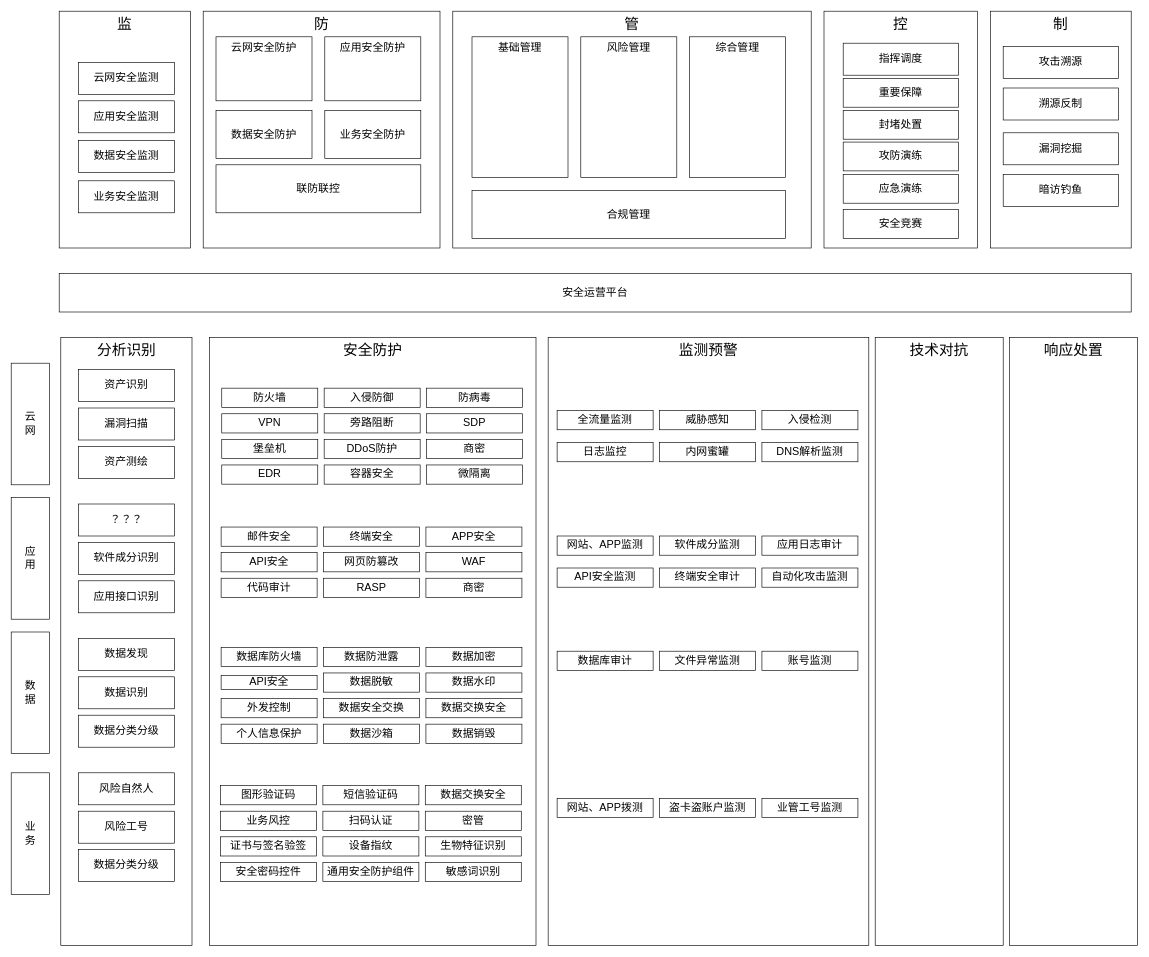
This is 2024安全技术能力全景图.drawio from razor/1102_decoration, a draw.io file, before an edit. Source tidied: cells renumbered, new cells numbered last; positions are measured from the earlier drawing's top-left corner, leaving out a move shared by most shapes. Both pictures are drawn from the tidied source at 64%, with x=0, y=0 at pixel (11, 11).
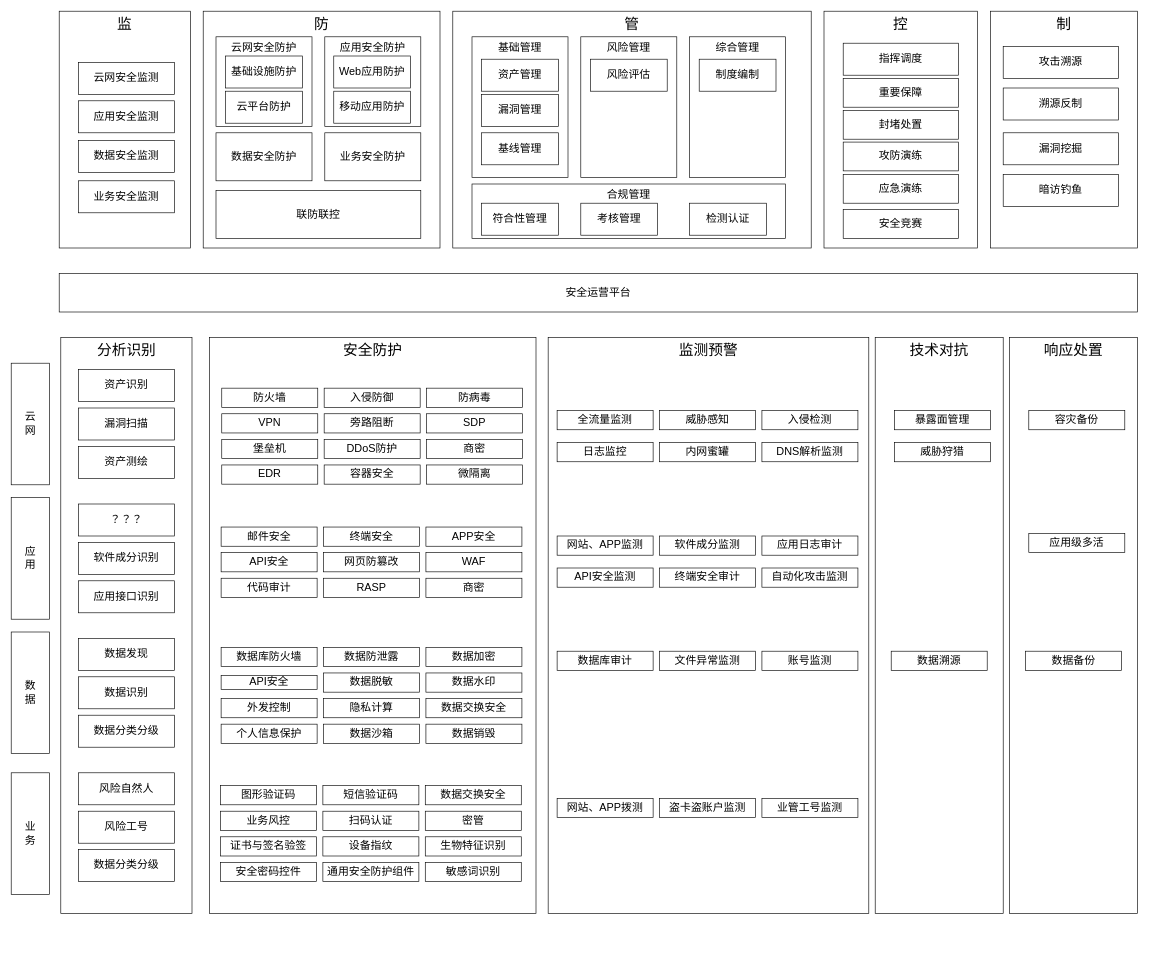
After the change.

Commit message (it also covers changes not shown here):
更新2024安全技术能力全景图.drawio

The edit, as a diff of the source:
```diff
@@
     <mxCell id="8" value="云网安全防护" style="rounded=0;whiteSpace=wrap;html=1;verticalAlign=top;fontSize=17;" parent="1" vertex="1">
-      <mxGeometry x="320" y="40" width="150" height="100" as="geometry" />
+      <mxGeometry x="320" y="40" width="150" height="140" as="geometry" />
     </mxCell>
     <mxCell id="9" value="应用安全防护" style="rounded=0;whiteSpace=wrap;html=1;verticalAlign=top;fontSize=17;" parent="1" vertex="1">
-      <mxGeometry x="490" y="40" width="150" height="100" as="geometry" />
+      <mxGeometry x="490" y="40" width="150" height="140" as="geometry" />
     </mxCell>
     <mxCell id="10" value="数据安全防护" style="rounded=0;whiteSpace=wrap;html=1;fontSize=17;" parent="1" vertex="1">
-      <mxGeometry x="320" y="155" width="150" height="75" as="geometry" />
+      <mxGeometry x="320" y="190" width="150" height="75" as="geometry" />
     </mxCell>
     <mxCell id="11" value="业务安全防护" style="rounded=0;whiteSpace=wrap;html=1;fontSize=17;" parent="1" vertex="1">
-      <mxGeometry x="490" y="155" width="150" height="75" as="geometry" />
+      <mxGeometry x="490" y="190" width="150" height="75" as="geometry" />
     </mxCell>
     <mxCell id="12" value="联防联控" style="rounded=0;whiteSpace=wrap;html=1;fontSize=17;" parent="1" vertex="1">
-      <mxGeometry x="320" y="240" width="320" height="75" as="geometry" />
+      <mxGeometry x="320" y="280" width="320" height="75" as="geometry" />
     </mxCell>
@@
-    <mxCell id="17" value="合规管理" style="rounded=0;whiteSpace=wrap;html=1;fontSize=17;" parent="1" vertex="1">
-      <mxGeometry x="720" y="280" width="490" height="75" as="geometry" />
+    <mxCell id="17" value="合规管理" style="rounded=0;whiteSpace=wrap;html=1;fontSize=17;verticalAlign=top;" parent="1" vertex="1">
+      <mxGeometry x="720" y="270" width="490" height="85" as="geometry" />
     </mxCell>
@@
     <mxCell id="19" value="&lt;span style=&quot;font-size: 23px;&quot;&gt;制&lt;/span&gt;" style="rounded=0;whiteSpace=wrap;html=1;verticalAlign=top;fontSize=23;fontStyle=0;" parent="1" vertex="1">
-      <mxGeometry x="1530" width="220" height="370" as="geometry" />
+      <mxGeometry x="1530" width="230" height="370" as="geometry" />
     </mxCell>
@@
     <mxCell id="30" value="安全运营平台" style="rounded=0;whiteSpace=wrap;html=1;fontSize=17;" parent="1" vertex="1">
-      <mxGeometry x="75" y="410" width="1675" height="60" as="geometry" />
+      <mxGeometry x="75" y="410" width="1685" height="60" as="geometry" />
     </mxCell>
     <mxCell id="31" value="&lt;span style=&quot;font-size: 23px;&quot;&gt;分析识别&lt;/span&gt;" style="rounded=0;whiteSpace=wrap;html=1;verticalAlign=top;fontSize=23;fontStyle=0;" parent="1" vertex="1">
-      <mxGeometry x="77.5" y="510" width="205" height="950" as="geometry" />
+      <mxGeometry x="77.5" y="510" width="205" height="900" as="geometry" />
     </mxCell>
@@
     <mxCell id="48" value="&lt;span style=&quot;font-size: 23px;&quot;&gt;安全防护&lt;/span&gt;" style="rounded=0;whiteSpace=wrap;html=1;verticalAlign=top;fontSize=23;fontStyle=0;" parent="1" vertex="1">
-      <mxGeometry x="310" y="510" width="510" height="950" as="geometry" />
+      <mxGeometry x="310" y="510" width="510" height="900" as="geometry" />
     </mxCell>
@@
-    <mxCell id="77" value="&lt;font style=&quot;font-size: 17px;&quot;&gt;数据安全交换&lt;/font&gt;" style="rounded=0;whiteSpace=wrap;html=1;fontStyle=0;" parent="1" vertex="1">
+    <mxCell id="77" value="&lt;span style=&quot;font-size: 17px;&quot;&gt;隐私计算&lt;/span&gt;" style="rounded=0;whiteSpace=wrap;html=1;fontStyle=0;" parent="1" vertex="1">
       <mxGeometry x="488" y="1074" width="150" height="30" as="geometry" />
     </mxCell>
@@
     <mxCell id="94" value="&lt;span style=&quot;font-size: 23px;&quot;&gt;监测预警&lt;/span&gt;" style="rounded=0;whiteSpace=wrap;html=1;verticalAlign=top;fontSize=23;fontStyle=0;" parent="1" vertex="1">
-      <mxGeometry x="839" y="510" width="501" height="950" as="geometry" />
+      <mxGeometry x="839" y="510" width="501" height="900" as="geometry" />
     </mxCell>
@@
     <mxCell id="113" value="&lt;span style=&quot;font-size: 23px;&quot;&gt;技术对抗&lt;/span&gt;" style="rounded=0;whiteSpace=wrap;html=1;verticalAlign=top;fontSize=23;fontStyle=0;" parent="1" vertex="1">
-      <mxGeometry x="1350" y="510" width="200" height="950" as="geometry" />
+      <mxGeometry x="1350" y="510" width="200" height="900" as="geometry" />
     </mxCell>
     <mxCell id="114" value="&lt;span style=&quot;font-size: 23px;&quot;&gt;响应处置&lt;/span&gt;" style="rounded=0;whiteSpace=wrap;html=1;verticalAlign=top;fontSize=23;fontStyle=0;" parent="1" vertex="1">
-      <mxGeometry x="1560" y="510" width="200" height="950" as="geometry" />
+      <mxGeometry x="1560" y="510" width="200" height="900" as="geometry" />
     </mxCell>
+    <mxCell id="115" value="&lt;span style=&quot;font-size: 17px;&quot;&gt;暴露面管理&lt;/span&gt;" style="rounded=0;whiteSpace=wrap;html=1;fontStyle=0;" parent="1" vertex="1">
+      <mxGeometry x="1380" y="624" width="150" height="30" as="geometry" />
+    </mxCell>
+    <mxCell id="116" value="&lt;span style=&quot;font-size: 17px;&quot;&gt;威胁狩猎&lt;/span&gt;" style="rounded=0;whiteSpace=wrap;html=1;fontStyle=0;" parent="1" vertex="1">
+      <mxGeometry x="1380" y="674" width="150" height="30" as="geometry" />
+    </mxCell>
+    <mxCell id="117" value="&lt;span style=&quot;font-size: 17px;&quot;&gt;数据溯源&lt;/span&gt;" style="rounded=0;whiteSpace=wrap;html=1;fontStyle=0;" parent="1" vertex="1">
+      <mxGeometry x="1375" y="1000" width="150" height="30" as="geometry" />
+    </mxCell>
+    <mxCell id="118" value="&lt;span style=&quot;font-size: 17px;&quot;&gt;容灾备份&lt;/span&gt;" style="rounded=0;whiteSpace=wrap;html=1;fontStyle=0;" parent="1" vertex="1">
+      <mxGeometry x="1590" y="624" width="150" height="30" as="geometry" />
+    </mxCell>
+    <mxCell id="119" value="&lt;span style=&quot;font-size: 17px;&quot;&gt;数据备份&lt;/span&gt;" style="rounded=0;whiteSpace=wrap;html=1;fontStyle=0;" parent="1" vertex="1">
+      <mxGeometry x="1585" y="1000" width="150" height="30" as="geometry" />
+    </mxCell>
+    <mxCell id="120" value="&lt;span style=&quot;font-size: 17px;&quot;&gt;应用级多活&lt;/span&gt;" style="rounded=0;whiteSpace=wrap;html=1;fontStyle=0;" parent="1" vertex="1">
+      <mxGeometry x="1590" y="816" width="150" height="30" as="geometry" />
+    </mxCell>
+    <mxCell id="121" value="&lt;font style=&quot;font-size: 17px;&quot;&gt;基础设施防护&lt;/font&gt;" style="rounded=0;whiteSpace=wrap;html=1;fontStyle=0;" parent="1" vertex="1">
+      <mxGeometry x="335" y="70" width="120" height="50" as="geometry" />
+    </mxCell>
+    <mxCell id="122" value="&lt;font style=&quot;font-size: 17px;&quot;&gt;云平台防护&lt;/font&gt;" style="rounded=0;whiteSpace=wrap;html=1;fontStyle=0;" parent="1" vertex="1">
+      <mxGeometry x="335" y="125" width="120" height="50" as="geometry" />
+    </mxCell>
+    <mxCell id="123" value="&lt;font style=&quot;font-size: 17px;&quot;&gt;Web应用防护&lt;/font&gt;" style="rounded=0;whiteSpace=wrap;html=1;fontStyle=0;" parent="1" vertex="1">
+      <mxGeometry x="504" y="70" width="120" height="50" as="geometry" />
+    </mxCell>
+    <mxCell id="124" value="&lt;font style=&quot;font-size: 17px;&quot;&gt;移动应用防护&lt;/font&gt;" style="rounded=0;whiteSpace=wrap;html=1;fontStyle=0;" parent="1" vertex="1">
+      <mxGeometry x="504" y="125" width="120" height="50" as="geometry" />
+    </mxCell>
+    <mxCell id="125" value="&lt;font style=&quot;font-size: 17px;&quot;&gt;资产管理&lt;/font&gt;" style="rounded=0;whiteSpace=wrap;html=1;fontStyle=0;" parent="1" vertex="1">
+      <mxGeometry x="735" y="75" width="120" height="50" as="geometry" />
+    </mxCell>
+    <mxCell id="126" value="&lt;font style=&quot;font-size: 17px;&quot;&gt;漏洞管理&lt;/font&gt;" style="rounded=0;whiteSpace=wrap;html=1;fontStyle=0;" parent="1" vertex="1">
+      <mxGeometry x="735" y="130" width="120" height="50" as="geometry" />
+    </mxCell>
+    <mxCell id="127" value="&lt;font style=&quot;font-size: 17px;&quot;&gt;基线管理&lt;/font&gt;" style="rounded=0;whiteSpace=wrap;html=1;fontStyle=0;" parent="1" vertex="1">
+      <mxGeometry x="735" y="190" width="120" height="50" as="geometry" />
+    </mxCell>
+    <mxCell id="128" value="&lt;font style=&quot;font-size: 17px;&quot;&gt;风险评估&lt;/font&gt;" style="rounded=0;whiteSpace=wrap;html=1;fontStyle=0;" parent="1" vertex="1">
+      <mxGeometry x="905" y="75" width="120" height="50" as="geometry" />
+    </mxCell>
+    <mxCell id="129" value="&lt;span style=&quot;font-size: 17px;&quot;&gt;制度编制&lt;/span&gt;" style="rounded=0;whiteSpace=wrap;html=1;fontStyle=0;" parent="1" vertex="1">
+      <mxGeometry x="1075" y="75" width="120" height="50" as="geometry" />
+    </mxCell>
+    <mxCell id="130" value="&lt;span style=&quot;font-size: 17px;&quot;&gt;符合性管理&lt;/span&gt;" style="rounded=0;whiteSpace=wrap;html=1;fontStyle=0;" parent="1" vertex="1">
+      <mxGeometry x="735" y="300" width="120" height="50" as="geometry" />
+    </mxCell>
+    <mxCell id="131" value="&lt;span style=&quot;font-size: 17px;&quot;&gt;考核管理&lt;/span&gt;" style="rounded=0;whiteSpace=wrap;html=1;fontStyle=0;" parent="1" vertex="1">
+      <mxGeometry x="890" y="300" width="120" height="50" as="geometry" />
+    </mxCell>
+    <mxCell id="132" value="&lt;span style=&quot;font-size: 17px;&quot;&gt;检测认证&lt;/span&gt;" style="rounded=0;whiteSpace=wrap;html=1;fontStyle=0;" parent="1" vertex="1">
+      <mxGeometry x="1060" y="300" width="120" height="50" as="geometry" />
+    </mxCell>
```
